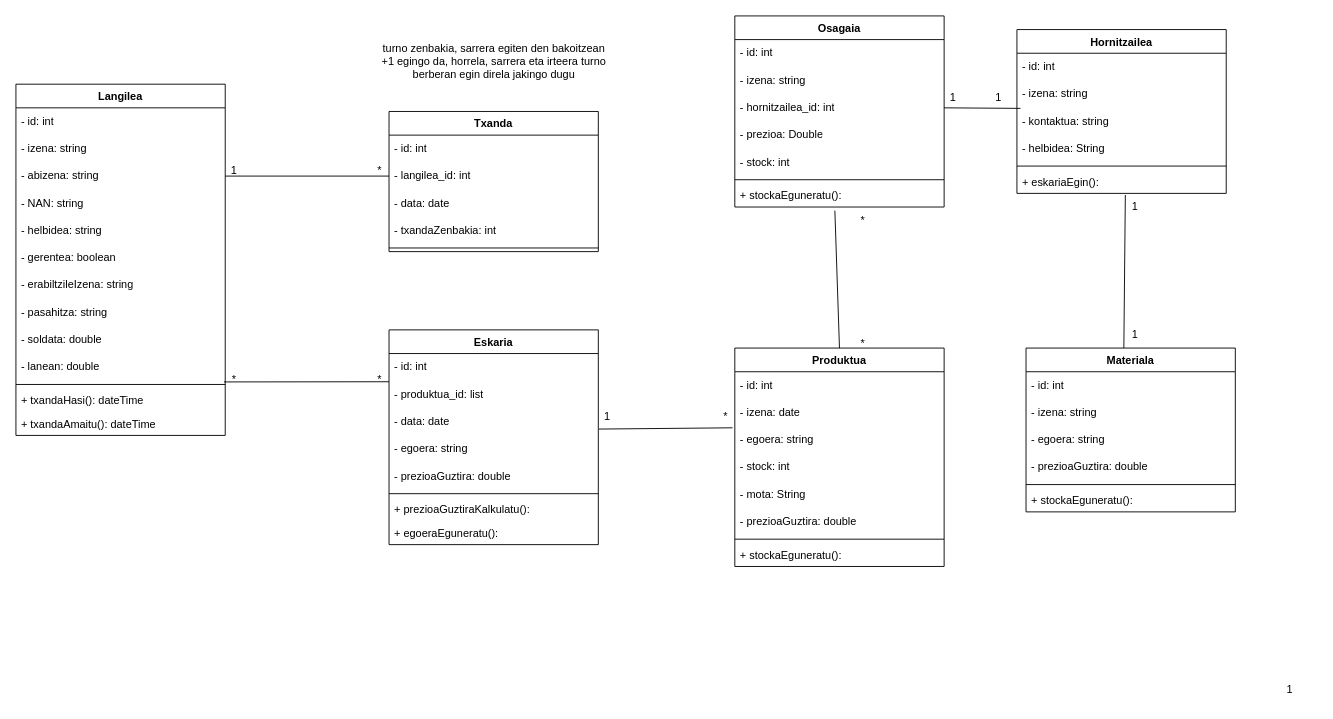
iguisado228/2MG3_1Erronka keeps this draw.io diagram as Diagramak/Gestio_aplikazioa/Gestio aplikazioa klase diagrama.drawio. Above is the earlier version. Source tidied: cells renumbered, new cells numbered last; positions are measured from the earlier drawing's top-left corner, leaving out a move shared by most shapes. Both pictures are drawn from the tidied source at 91%, with x=0, y=0 at pixel (15, 15).
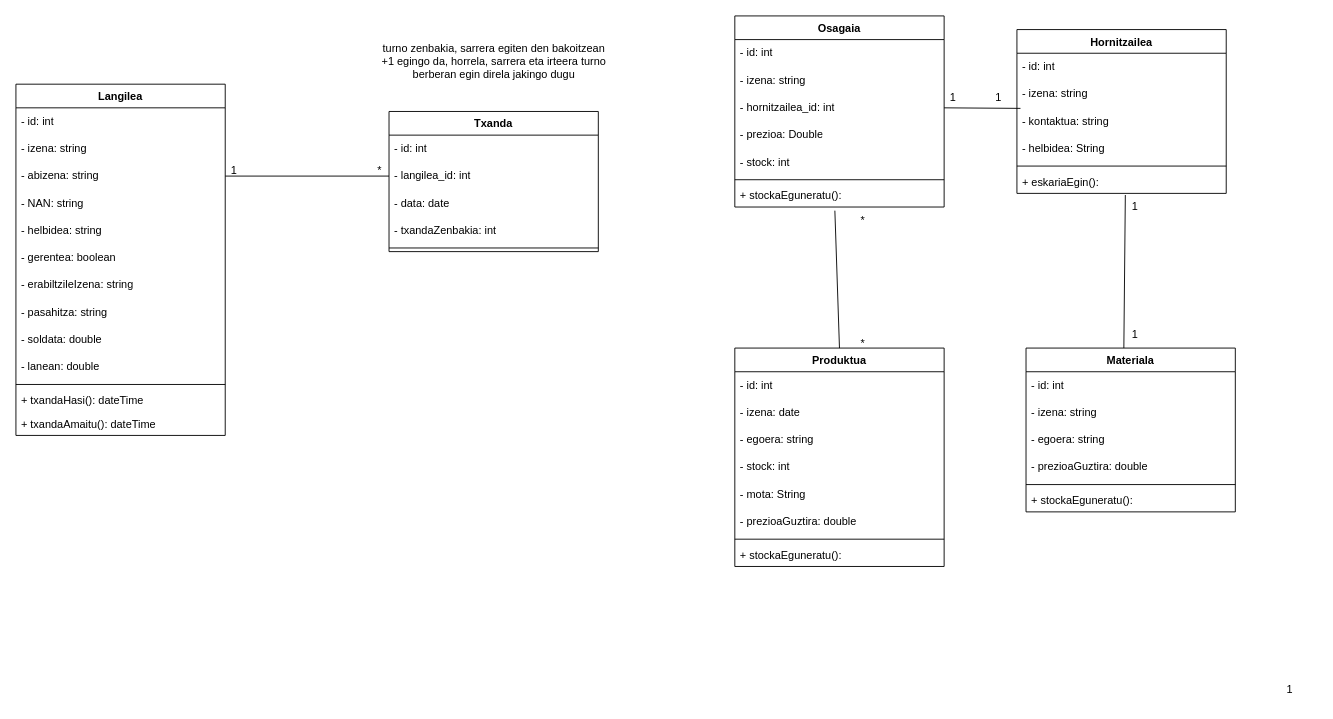
After the change.

Unchanged cells that the change refers to:
```xml
<mxCell id="13" style="line;strokeWidth=1;fillColor=none;align=left;verticalAlign=middle;spacingTop=-1;spacingLeft=3;spacingRight=3;labelPosition=right;points=[];portConstraint=eastwest;strokeColor=inherit;" parent="2" vertex="1">
  <mxGeometry y="326" width="230" height="8" as="geometry" />
</mxCell>
<mxCell id="41" value="- egoera: string" style="text;strokeColor=none;fillColor=none;align=left;verticalAlign=middle;spacingLeft=4;spacingRight=4;overflow=hidden;points=[[0,0.5],[1,0.5]];portConstraint=eastwest;whiteSpace=wrap;html=1;" parent="38" vertex="1">
  <mxGeometry y="86" width="230" height="30" as="geometry" />
</mxCell>
```

What changed in the source:
```diff
@@
-    <mxCell id="23" value="Eskaria" style="swimlane;fontStyle=1;align=center;verticalAlign=top;horizontal=1;startSize=26;whiteSpace=wrap;html=1;" parent="1" vertex="1">
-      <mxGeometry x="410" y="345" width="230" height="236" as="geometry" />
-    </mxCell>
-    <mxCell id="24" value="- id: int" style="text;strokeColor=none;fillColor=none;align=left;verticalAlign=middle;spacingLeft=4;spacingRight=4;overflow=hidden;whiteSpace=wrap;html=1;" parent="23" vertex="1">
-      <mxGeometry y="26" width="230" height="30" as="geometry" />
-    </mxCell>
-    <mxCell id="25" value="- produktua_id: list" style="text;strokeColor=none;fillColor=none;align=left;verticalAlign=middle;spacingLeft=4;spacingRight=4;overflow=hidden;whiteSpace=wrap;html=1;" parent="23" vertex="1">
-      <mxGeometry y="56" width="230" height="30" as="geometry" />
-    </mxCell>
-    <mxCell id="26" value="- data: date" style="text;strokeColor=none;fillColor=none;align=left;verticalAlign=middle;spacingLeft=4;spacingRight=4;overflow=hidden;points=[[0,0.5],[1,0.5]];portConstraint=eastwest;whiteSpace=wrap;html=1;" parent="23" vertex="1">
-      <mxGeometry y="86" width="230" height="30" as="geometry" />
-    </mxCell>
-    <mxCell id="27" value="- egoera: string" style="text;strokeColor=none;fillColor=none;align=left;verticalAlign=middle;spacingLeft=4;spacingRight=4;overflow=hidden;whiteSpace=wrap;html=1;" parent="23" vertex="1">
-      <mxGeometry y="116" width="230" height="30" as="geometry" />
-    </mxCell>
-    <mxCell id="28" value="- prezioaGuztira: double" style="text;strokeColor=none;fillColor=none;align=left;verticalAlign=middle;spacingLeft=4;spacingRight=4;overflow=hidden;whiteSpace=wrap;html=1;" parent="23" vertex="1">
-      <mxGeometry y="146" width="230" height="30" as="geometry" />
-    </mxCell>
-    <mxCell id="29" style="line;strokeWidth=1;fillColor=none;align=left;verticalAlign=middle;spacingTop=-1;spacingLeft=3;spacingRight=3;labelPosition=right;strokeColor=inherit;" parent="23" vertex="1">
-      <mxGeometry y="176" width="230" height="8" as="geometry" />
-    </mxCell>
-    <mxCell id="30" value="+ prezioaGuztiraKalkulatu():&amp;nbsp;" style="text;strokeColor=none;fillColor=none;align=left;verticalAlign=top;spacingLeft=4;spacingRight=4;overflow=hidden;whiteSpace=wrap;html=1;" parent="23" vertex="1">
-      <mxGeometry y="184" width="230" height="26" as="geometry" />
-    </mxCell>
-    <mxCell id="31" value="+ egoeraEguneratu():&amp;nbsp;" style="text;strokeColor=none;fillColor=none;align=left;verticalAlign=top;spacingLeft=4;spacingRight=4;overflow=hidden;whiteSpace=wrap;html=1;" parent="23" vertex="1">
-      <mxGeometry y="210" width="230" height="26" as="geometry" />
-    </mxCell>
@@
-    <mxCell id="35" style="endArrow=none;html=1;rounded=0;exitX=0.994;exitY=0.15;exitDx=0;exitDy=0;exitPerimeter=0;" parent="1" edge="1" source="13">
-      <mxGeometry relative="1" as="geometry">
-        <mxPoint x="410" y="402" as="targetPoint" />
-      </mxGeometry>
-    </mxCell>
-    <mxCell id="36" value="*" style="text;html=1;whiteSpace=wrap;strokeColor=none;fillColor=none;align=center;verticalAlign=middle;rounded=0;" parent="1" vertex="1">
-      <mxGeometry x="370" y="385" width="60" height="30" as="geometry" />
-    </mxCell>
-    <mxCell id="37" value="*" style="text;html=1;whiteSpace=wrap;strokeColor=none;fillColor=none;align=center;verticalAlign=middle;rounded=0;" parent="1" vertex="1">
-      <mxGeometry x="210" y="385" width="60" height="30" as="geometry" />
-    </mxCell>
@@
-    <mxCell id="55" style="endArrow=none;html=1;rounded=0;exitX=1.003;exitY=0.767;exitDx=0;exitDy=0;exitPerimeter=0;entryX=-0.011;entryY=0.054;entryDx=0;entryDy=0;entryPerimeter=0;" parent="1" edge="1" source="26" target="41">
-      <mxGeometry relative="1" as="geometry" />
-    </mxCell>
-    <mxCell id="56" value="1" style="text;html=1;whiteSpace=wrap;strokeColor=none;fillColor=none;align=center;verticalAlign=middle;rounded=0;" parent="1" vertex="1">
-      <mxGeometry x="620" y="425" width="60" height="30" as="geometry" />
-    </mxCell>
-    <mxCell id="57" value="*" style="text;html=1;whiteSpace=wrap;strokeColor=none;fillColor=none;align=center;verticalAlign=middle;rounded=0;" parent="1" vertex="1">
-      <mxGeometry x="750" y="425" width="60" height="30" as="geometry" />
-    </mxCell>
```
